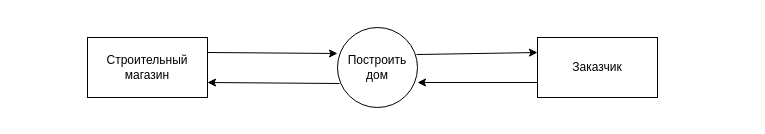
The draw.io diagram 22practice.drawio in Merfarion/Diagrams-and-schemes, before the edit. Source tidied: cells renumbered, new cells numbered last; positions are measured from the earlier drawing's top-left corner, leaving out a move shared by most shapes. Both pictures are drawn from the tidied source at 100%, with x=0, y=0 at pixel (87, 27).
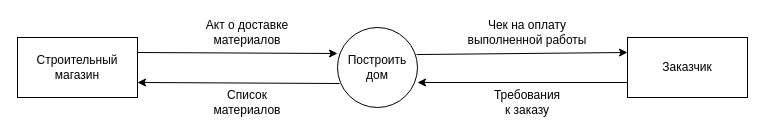
After the change.

Diff of the diagram source:
```diff
@@
 <mxGraphModel>
   <root>
     <mxCell id="0" />
     <mxCell id="1" parent="0" />
     <mxCell id="2" value="Построить дом" style="ellipse;whiteSpace=wrap;html=1;" parent="1" vertex="1">
       <mxGeometry x="250" width="80" height="80" as="geometry" />
     </mxCell>
     <mxCell id="3" value="Заказчик" style="rounded=0;whiteSpace=wrap;html=1;" parent="1" vertex="1">
-      <mxGeometry x="450" y="10" width="120" height="60" as="geometry" />
+      <mxGeometry x="540" y="10" width="120" height="60" as="geometry" />
     </mxCell>
     <mxCell id="4" value="Строительный магазин" style="rounded=0;whiteSpace=wrap;html=1;" parent="1" vertex="1">
-      <mxGeometry y="10" width="120" height="60" as="geometry" />
+      <mxGeometry x="-70" y="10" width="120" height="60" as="geometry" />
     </mxCell>
     <mxCell id="5" style="endArrow=classic;html=1;rounded=0;exitX=1;exitY=0.25;exitDx=0;exitDy=0;entryX=0;entryY=0.325;entryDx=0;entryDy=0;entryPerimeter=0;" parent="1" edge="1" source="4" target="2">
       <mxGeometry relative="1" as="geometry" />
     </mxCell>
     <mxCell id="6" style="endArrow=classic;html=1;rounded=0;exitX=0.025;exitY=0.7;exitDx=0;exitDy=0;exitPerimeter=0;entryX=1;entryY=0.75;entryDx=0;entryDy=0;" parent="1" edge="1" source="2" target="4">
       <mxGeometry relative="1" as="geometry" />
     </mxCell>
     <mxCell id="7" style="endArrow=classic;html=1;rounded=0;exitX=0.988;exitY=0.338;exitDx=0;exitDy=0;exitPerimeter=0;entryX=0;entryY=0.25;entryDx=0;entryDy=0;" parent="1" edge="1" source="2" target="3">
       <mxGeometry relative="1" as="geometry" />
     </mxCell>
     <mxCell id="8" style="endArrow=classic;html=1;rounded=0;exitX=0;exitY=0.75;exitDx=0;exitDy=0;" parent="1" edge="1" source="3">
       <mxGeometry relative="1" as="geometry">
         <mxPoint x="330" y="55" as="targetPoint" />
       </mxGeometry>
     </mxCell>
+    <mxCell id="9" value="Требования к заказу" style="text;html=1;strokeColor=none;fillColor=none;align=center;verticalAlign=middle;whiteSpace=wrap;rounded=0;" parent="1" vertex="1">
+      <mxGeometry x="410" y="60" width="60" height="30" as="geometry" />
+    </mxCell>
+    <mxCell id="10" value="Акт о доставке материалов" style="text;html=1;strokeColor=none;fillColor=none;align=center;verticalAlign=middle;whiteSpace=wrap;rounded=0;" parent="1" vertex="1">
+      <mxGeometry x="100" y="-10" width="120" height="30" as="geometry" />
+    </mxCell>
+    <mxCell id="11" value="Список материалов" style="text;html=1;strokeColor=none;fillColor=none;align=center;verticalAlign=middle;whiteSpace=wrap;rounded=0;" parent="1" vertex="1">
+      <mxGeometry x="130" y="60" width="60" height="30" as="geometry" />
+    </mxCell>
+    <mxCell id="12" value="Чек на оплату выполненной работы" style="text;html=1;strokeColor=none;fillColor=none;align=center;verticalAlign=middle;whiteSpace=wrap;rounded=0;" parent="1" vertex="1">
+      <mxGeometry x="370" y="-10" width="140" height="30" as="geometry" />
+    </mxCell>
   </root>
 </mxGraphModel>
```
